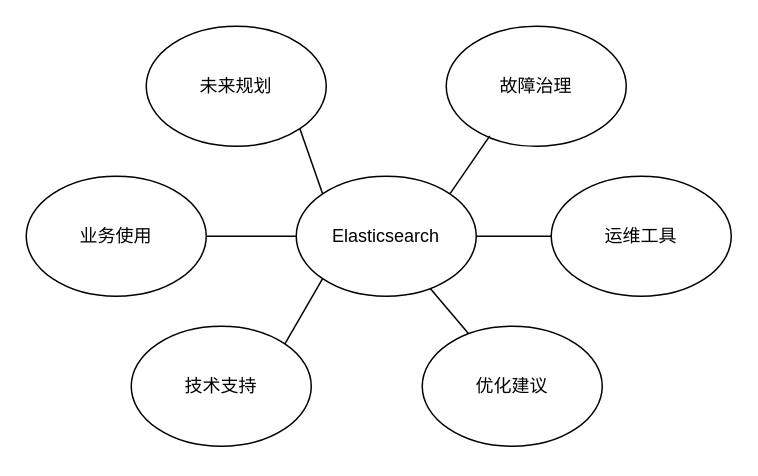
believezzd/diagrams keeps this draw.io diagram as ES-blue.drawio. Above is the earlier version. Source tidied: cells renumbered, new cells numbered last; positions are measured from the earlier drawing's top-left corner, leaving out a move shared by most shapes. Both pictures are drawn from the tidied source at 150%, with x=0, y=0 at pixel (26, 26).
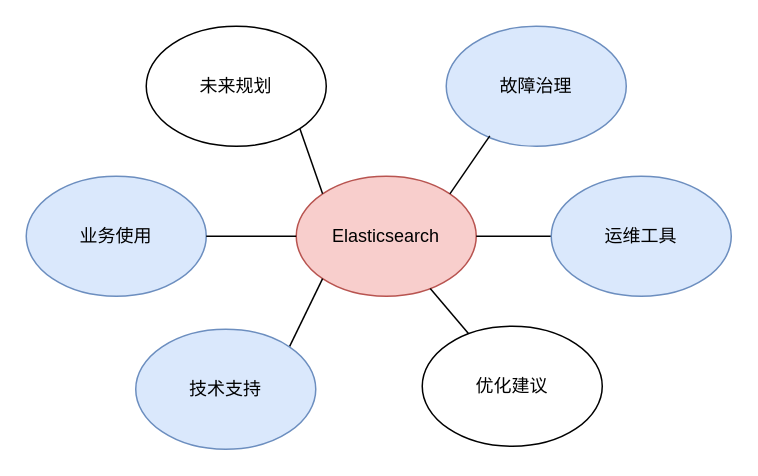
The same diagram, later.

Diff of the diagram source:
```diff
@@
 <mxGraphModel>
   <root>
     <mxCell id="0" />
     <mxCell id="1" parent="0" />
-    <mxCell id="2" value="Elasticsearch" style="ellipse;whiteSpace=wrap;html=1;" parent="1" vertex="1">
+    <mxCell id="2" value="Elasticsearch" style="ellipse;whiteSpace=wrap;html=1;fillColor=#f8cecc;strokeColor=#b85450;" parent="1" vertex="1">
       <mxGeometry x="180" y="100" width="120" height="80" as="geometry" />
     </mxCell>
-    <mxCell id="3" value="业务使用" style="ellipse;whiteSpace=wrap;html=1;" parent="1" vertex="1">
+    <mxCell id="3" value="业务使用" style="ellipse;whiteSpace=wrap;html=1;fillColor=#dae8fc;strokeColor=#6c8ebf;" parent="1" vertex="1">
       <mxGeometry y="100" width="120" height="80" as="geometry" />
     </mxCell>
     <mxCell id="4" style="rounded=0;jettySize=auto;html=1;exitX=1;exitY=0;exitDx=0;exitDy=0;entryX=0;entryY=1;entryDx=0;entryDy=0;endArrow=none;endFill=0;" parent="1" edge="1" source="5" target="2">
       <mxGeometry relative="1" as="geometry" />
     </mxCell>
-    <mxCell id="5" value="技术支持" style="ellipse;whiteSpace=wrap;html=1;" parent="1" vertex="1">
-      <mxGeometry x="70" y="200" width="120" height="80" as="geometry" />
+    <mxCell id="5" value="技术支持" style="ellipse;whiteSpace=wrap;html=1;fillColor=#dae8fc;strokeColor=#6c8ebf;" parent="1" vertex="1">
+      <mxGeometry x="73" y="202" width="120" height="80" as="geometry" />
     </mxCell>
-    <mxCell id="6" value="故障治理" style="ellipse;whiteSpace=wrap;html=1;" parent="1" vertex="1">
+    <mxCell id="6" value="故障治理" style="ellipse;whiteSpace=wrap;html=1;fillColor=#dae8fc;strokeColor=#6c8ebf;" parent="1" vertex="1">
       <mxGeometry x="280" width="120" height="80" as="geometry" />
     </mxCell>
     <mxCell id="7" style="rounded=0;jettySize=auto;html=1;endArrow=none;endFill=0;" parent="1" edge="1" source="8" target="2">
       <mxGeometry relative="1" as="geometry" />
     </mxCell>
-    <mxCell id="8" value="运维工具" style="ellipse;whiteSpace=wrap;html=1;" parent="1" vertex="1">
+    <mxCell id="8" value="运维工具" style="ellipse;whiteSpace=wrap;html=1;fillColor=#dae8fc;strokeColor=#6c8ebf;" parent="1" vertex="1">
       <mxGeometry x="350" y="100" width="120" height="80" as="geometry" />
     </mxCell>
     <mxCell id="9" value="未来规划" style="ellipse;whiteSpace=wrap;html=1;" parent="1" vertex="1">
       <mxGeometry x="80" width="120" height="80" as="geometry" />
     </mxCell>
     <mxCell id="10" style="rounded=0;jettySize=auto;html=1;endArrow=none;endFill=0;" parent="1" edge="1" source="11" target="2">
       <mxGeometry relative="1" as="geometry" />
     </mxCell>
     <mxCell id="11" value="优化建议" style="ellipse;whiteSpace=wrap;html=1;" parent="1" vertex="1">
       <mxGeometry x="264" y="200" width="120" height="80" as="geometry" />
     </mxCell>
     <mxCell id="12" style="endArrow=none;html=1;rounded=0;entryX=1;entryY=0.5;entryDx=0;entryDy=0;exitX=0;exitY=0.5;exitDx=0;exitDy=0;" parent="1" edge="1" source="2" target="3">
       <mxGeometry relative="1" as="geometry" />
     </mxCell>
     <mxCell id="13" style="endArrow=none;html=1;rounded=0;entryX=0.242;entryY=0.913;entryDx=0;entryDy=0;exitX=1;exitY=0;exitDx=0;exitDy=0;entryPerimeter=0;" parent="1" edge="1" source="2" target="6">
       <mxGeometry relative="1" as="geometry" />
     </mxCell>
     <mxCell id="14" style="endArrow=none;html=1;rounded=0;entryX=1;entryY=1;entryDx=0;entryDy=0;exitX=0;exitY=0;exitDx=0;exitDy=0;" parent="1" edge="1" source="2" target="9">
       <mxGeometry relative="1" as="geometry" />
     </mxCell>
   </root>
 </mxGraphModel>
```
